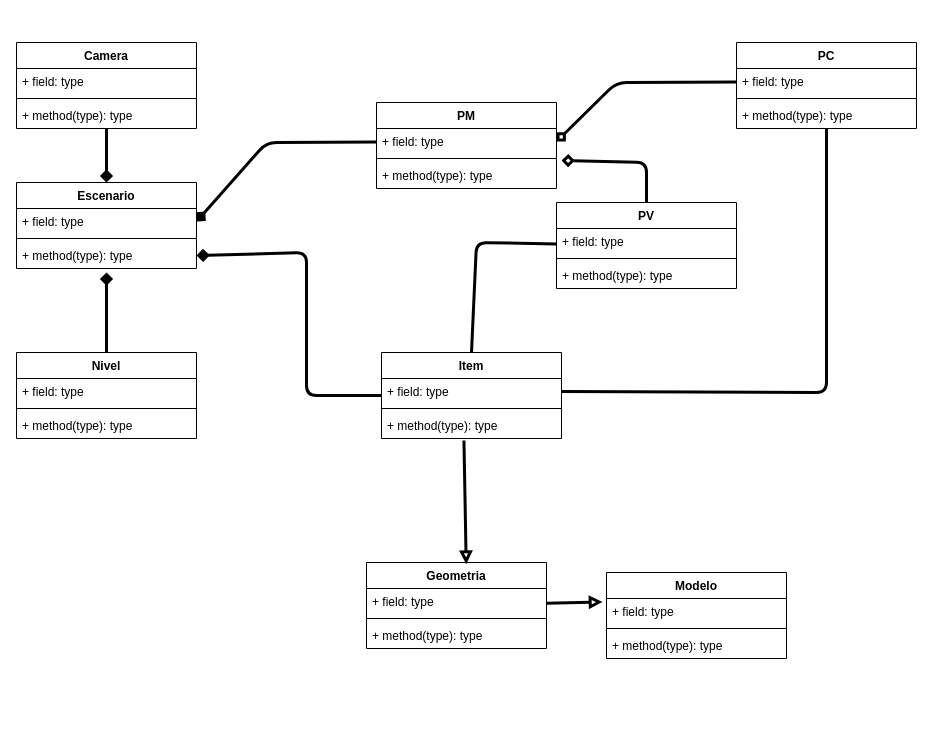
sebas64mil/proyecto_realidadvirtual keeps this draw.io diagram as diagrama_uml/work.drawio. Above is the earlier version. Source tidied: cells renumbered, new cells numbered last; positions are measured from the earlier drawing's top-left corner, leaving out a move shared by most shapes. Both pictures are drawn from the tidied source at 100%, with x=0, y=0 at pixel (16, 42).
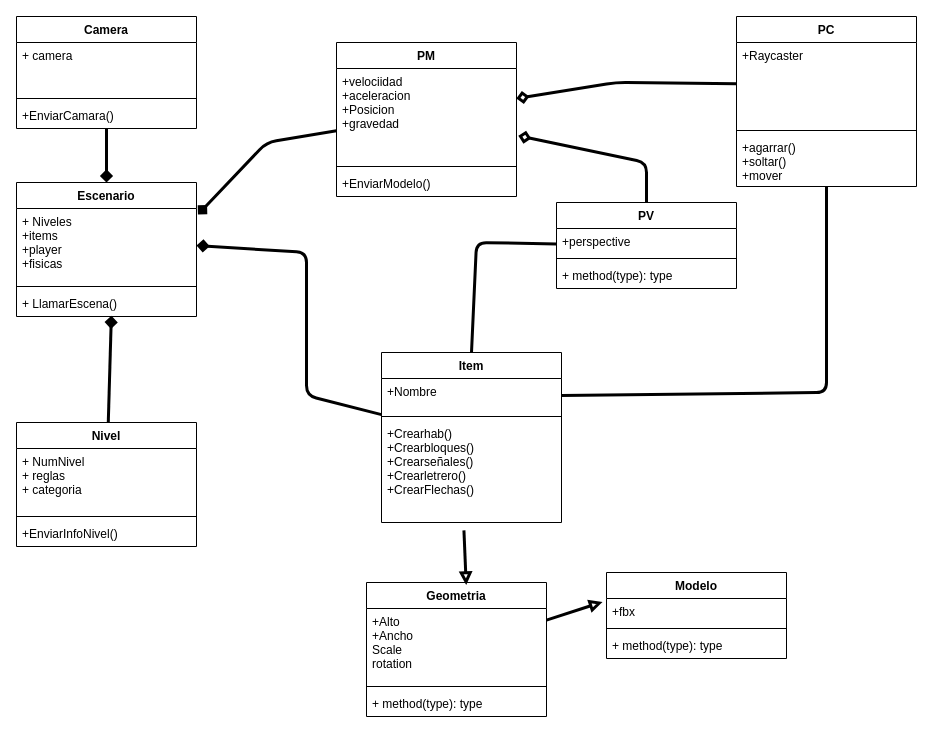
The same diagram, later.

Commit message:
Atributos y metodos

Unchanged cells that the change refers to:
```xml
<mxCell id="22" value="PV" style="swimlane;fontStyle=1;align=center;verticalAlign=top;horizontal=1;startSize=26;" parent="1" vertex="1">
  <mxGeometry x="540" y="160" width="180" height="86" as="geometry" />
</mxCell>
<mxCell id="41" value="Modelo" style="swimlane;fontStyle=1;align=center;verticalAlign=top;horizontal=1;startSize=26;" parent="1" vertex="1">
  <mxGeometry x="590" y="530" width="180" height="86" as="geometry" />
</mxCell>
```

Diff of the diagram source:
```diff
@@
     <mxCell id="2" value="Escenario" style="swimlane;fontStyle=1;align=center;verticalAlign=top;horizontal=1;startSize=26;" parent="1" vertex="1">
-      <mxGeometry y="140" width="180" height="86" as="geometry" />
+      <mxGeometry y="140" width="180" height="134" as="geometry" />
     </mxCell>
-    <mxCell id="3" value="+ field: type" style="text;strokeColor=none;fillColor=none;align=left;verticalAlign=top;spacingLeft=4;spacingRight=4;overflow=hidden;points=[[0,0.5],[1,0.5]];portConstraint=eastwest;" parent="2" vertex="1">
-      <mxGeometry y="26" width="180" height="26" as="geometry" />
+    <mxCell id="3" value="+ Niveles&#10;+items&#10;+player&#10;+fisicas&#10;" style="text;strokeColor=none;fillColor=none;align=left;verticalAlign=top;spacingLeft=4;spacingRight=4;overflow=hidden;points=[[0,0.5],[1,0.5]];portConstraint=eastwest;" parent="2" vertex="1">
+      <mxGeometry y="26" width="180" height="74" as="geometry" />
     </mxCell>
     <mxCell id="4" style="line;strokeWidth=1;fillColor=none;align=left;verticalAlign=middle;spacingTop=-1;spacingLeft=3;spacingRight=3;labelPosition=right;strokeColor=inherit;" parent="2" vertex="1">
-      <mxGeometry y="52" width="180" height="8" as="geometry" />
+      <mxGeometry y="100" width="180" height="8" as="geometry" />
     </mxCell>
-    <mxCell id="5" value="+ method(type): type" style="text;strokeColor=none;fillColor=none;align=left;verticalAlign=top;spacingLeft=4;spacingRight=4;overflow=hidden;points=[[0,0.5],[1,0.5]];portConstraint=eastwest;" parent="2" vertex="1">
-      <mxGeometry y="60" width="180" height="26" as="geometry" />
+    <mxCell id="5" value="+ LlamarEscena()" style="text;strokeColor=none;fillColor=none;align=left;verticalAlign=top;spacingLeft=4;spacingRight=4;overflow=hidden;points=[[0,0.5],[1,0.5]];portConstraint=eastwest;" parent="2" vertex="1">
+      <mxGeometry y="108" width="180" height="26" as="geometry" />
     </mxCell>
-    <mxCell id="6" style="edgeStyle=none;html=1;strokeWidth=3;endArrow=diamond;endFill=1;" parent="1" edge="1" source="7">
-      <mxGeometry relative="1" as="geometry">
-        <mxPoint x="90" y="230" as="targetPoint" />
-      </mxGeometry>
+    <mxCell id="6" style="edgeStyle=none;html=1;strokeWidth=3;endArrow=diamond;endFill=1;entryX=0.527;entryY=0.968;entryDx=0;entryDy=0;entryPerimeter=0;" parent="1" edge="1" source="7" target="5">
+      <mxGeometry relative="1" as="geometry" />
     </mxCell>
     <mxCell id="7" value="Nivel" style="swimlane;fontStyle=1;align=center;verticalAlign=top;horizontal=1;startSize=26;" parent="1" vertex="1">
-      <mxGeometry y="310" width="180" height="86" as="geometry" />
+      <mxGeometry y="380" width="180" height="124" as="geometry" />
     </mxCell>
-    <mxCell id="8" value="+ field: type" style="text;strokeColor=none;fillColor=none;align=left;verticalAlign=top;spacingLeft=4;spacingRight=4;overflow=hidden;" parent="7" vertex="1">
-      <mxGeometry y="26" width="180" height="26" as="geometry" />
+    <mxCell id="8" value="+ NumNivel&#10;+ reglas&#10;+ categoria" style="text;strokeColor=none;fillColor=none;align=left;verticalAlign=top;spacingLeft=4;spacingRight=4;overflow=hidden;" parent="7" vertex="1">
+      <mxGeometry y="26" width="180" height="64" as="geometry" />
     </mxCell>
     <mxCell id="9" style="line;strokeWidth=1;fillColor=none;align=left;verticalAlign=middle;spacingTop=-1;spacingLeft=3;spacingRight=3;labelPosition=right;strokeColor=inherit;" parent="7" vertex="1">
-      <mxGeometry y="52" width="180" height="8" as="geometry" />
+      <mxGeometry y="90" width="180" height="8" as="geometry" />
     </mxCell>
-    <mxCell id="10" value="+ method(type): type" style="text;strokeColor=none;fillColor=none;align=left;verticalAlign=top;spacingLeft=4;spacingRight=4;overflow=hidden;" parent="7" vertex="1">
-      <mxGeometry y="60" width="180" height="26" as="geometry" />
+    <mxCell id="10" value="+EnviarInfoNivel()" style="text;strokeColor=none;fillColor=none;align=left;verticalAlign=top;spacingLeft=4;spacingRight=4;overflow=hidden;" parent="7" vertex="1">
+      <mxGeometry y="98" width="180" height="26" as="geometry" />
     </mxCell>
@@
     <mxCell id="12" value="Camera" style="swimlane;fontStyle=1;align=center;verticalAlign=top;horizontal=1;startSize=26;" parent="1" vertex="1">
-      <mxGeometry width="180" height="86" as="geometry" />
+      <mxGeometry y="-26" width="180" height="112" as="geometry" />
     </mxCell>
-    <mxCell id="13" value="+ field: type" style="text;strokeColor=none;fillColor=none;align=left;verticalAlign=top;spacingLeft=4;spacingRight=4;overflow=hidden;" parent="12" vertex="1">
-      <mxGeometry y="26" width="180" height="26" as="geometry" />
+    <mxCell id="13" value="+ camera" style="text;strokeColor=none;fillColor=none;align=left;verticalAlign=top;spacingLeft=4;spacingRight=4;overflow=hidden;" parent="12" vertex="1">
+      <mxGeometry y="26" width="180" height="52" as="geometry" />
     </mxCell>
     <mxCell id="14" style="line;strokeWidth=1;fillColor=none;align=left;verticalAlign=middle;spacingTop=-1;spacingLeft=3;spacingRight=3;labelPosition=right;strokeColor=inherit;" parent="12" vertex="1">
-      <mxGeometry y="52" width="180" height="8" as="geometry" />
+      <mxGeometry y="78" width="180" height="8" as="geometry" />
     </mxCell>
-    <mxCell id="15" value="+ method(type): type" style="text;strokeColor=none;fillColor=none;align=left;verticalAlign=top;spacingLeft=4;spacingRight=4;overflow=hidden;" parent="12" vertex="1">
-      <mxGeometry y="60" width="180" height="26" as="geometry" />
+    <mxCell id="15" value="+EnviarCamara()" style="text;strokeColor=none;fillColor=none;align=left;verticalAlign=top;spacingLeft=4;spacingRight=4;overflow=hidden;" parent="12" vertex="1">
+      <mxGeometry y="86" width="180" height="26" as="geometry" />
     </mxCell>
     <mxCell id="16" value="PM" style="swimlane;fontStyle=1;align=center;verticalAlign=top;horizontal=1;startSize=26;" parent="1" vertex="1">
-      <mxGeometry x="360" y="60" width="180" height="86" as="geometry" />
+      <mxGeometry x="320" width="180" height="154" as="geometry" />
     </mxCell>
-    <mxCell id="17" value="+ field: type" style="text;strokeColor=none;fillColor=none;align=left;verticalAlign=top;spacingLeft=4;spacingRight=4;overflow=hidden;points=[[0,0.5],[1,0.5]];portConstraint=eastwest;" parent="16" vertex="1">
-      <mxGeometry y="26" width="180" height="26" as="geometry" />
+    <mxCell id="17" value="+velociidad&#10;+aceleracion&#10;+Posicion&#10;+gravedad" style="text;strokeColor=none;fillColor=none;align=left;verticalAlign=top;spacingLeft=4;spacingRight=4;overflow=hidden;points=[[0,0.5],[1,0.5]];portConstraint=eastwest;" parent="16" vertex="1">
+      <mxGeometry y="26" width="180" height="94" as="geometry" />
     </mxCell>
     <mxCell id="18" style="line;strokeWidth=1;fillColor=none;align=left;verticalAlign=middle;spacingTop=-1;spacingLeft=3;spacingRight=3;labelPosition=right;strokeColor=inherit;" parent="16" vertex="1">
-      <mxGeometry y="52" width="180" height="8" as="geometry" />
+      <mxGeometry y="120" width="180" height="8" as="geometry" />
     </mxCell>
-    <mxCell id="19" value="+ method(type): type" style="text;strokeColor=none;fillColor=none;align=left;verticalAlign=top;spacingLeft=4;spacingRight=4;overflow=hidden;" parent="16" vertex="1">
-      <mxGeometry y="60" width="180" height="26" as="geometry" />
+    <mxCell id="19" value="+EnviarModelo()" style="text;strokeColor=none;fillColor=none;align=left;verticalAlign=top;spacingLeft=4;spacingRight=4;overflow=hidden;" parent="16" vertex="1">
+      <mxGeometry y="128" width="180" height="26" as="geometry" />
     </mxCell>
-    <mxCell id="20" style="edgeStyle=none;html=1;entryX=1.028;entryY=1.231;entryDx=0;entryDy=0;entryPerimeter=0;strokeWidth=3;endArrow=diamond;endFill=0;" parent="1" edge="1" source="22" target="17">
+    <mxCell id="20" style="edgeStyle=none;html=1;entryX=1.01;entryY=0.716;entryDx=0;entryDy=0;entryPerimeter=0;strokeWidth=3;endArrow=diamond;endFill=0;" parent="1" edge="1" source="22" target="17">
       <mxGeometry relative="1" as="geometry">
         <Array as="points">
           <mxPoint x="630" y="120" />
         </Array>
       </mxGeometry>
     </mxCell>
@@
-    <mxCell id="23" value="+ field: type" style="text;strokeColor=none;fillColor=none;align=left;verticalAlign=top;spacingLeft=4;spacingRight=4;overflow=hidden;" parent="22" vertex="1">
+    <mxCell id="23" value="+perspective" style="text;strokeColor=none;fillColor=none;align=left;verticalAlign=top;spacingLeft=4;spacingRight=4;overflow=hidden;" parent="22" vertex="1">
       <mxGeometry y="26" width="180" height="26" as="geometry" />
     </mxCell>
@@
     <mxCell id="27" value="PC" style="swimlane;fontStyle=1;align=center;verticalAlign=top;horizontal=1;startSize=26;" parent="1" vertex="1">
-      <mxGeometry x="720" width="180" height="86" as="geometry" />
+      <mxGeometry x="720" y="-26" width="180" height="170" as="geometry" />
     </mxCell>
-    <mxCell id="28" value="+ field: type" style="text;strokeColor=none;fillColor=none;align=left;verticalAlign=top;spacingLeft=4;spacingRight=4;overflow=hidden;points=[[0,0.5],[1,0.5]];portConstraint=eastwest;" parent="27" vertex="1">
-      <mxGeometry y="26" width="180" height="26" as="geometry" />
+    <mxCell id="28" value="+Raycaster&#10;" style="text;strokeColor=none;fillColor=none;align=left;verticalAlign=top;spacingLeft=4;spacingRight=4;overflow=hidden;points=[[0,0.5],[1,0.5]];portConstraint=eastwest;" parent="27" vertex="1">
+      <mxGeometry y="26" width="180" height="84" as="geometry" />
     </mxCell>
     <mxCell id="29" style="line;strokeWidth=1;fillColor=none;align=left;verticalAlign=middle;spacingTop=-1;spacingLeft=3;spacingRight=3;labelPosition=right;strokeColor=inherit;" parent="27" vertex="1">
-      <mxGeometry y="52" width="180" height="8" as="geometry" />
+      <mxGeometry y="110" width="180" height="8" as="geometry" />
     </mxCell>
-    <mxCell id="30" value="+ method(type): type" style="text;strokeColor=none;fillColor=none;align=left;verticalAlign=top;spacingLeft=4;spacingRight=4;overflow=hidden;" parent="27" vertex="1">
-      <mxGeometry y="60" width="180" height="26" as="geometry" />
+    <mxCell id="30" value="+agarrar()&#10;+soltar()&#10;+mover" style="text;strokeColor=none;fillColor=none;align=left;verticalAlign=top;spacingLeft=4;spacingRight=4;overflow=hidden;" parent="27" vertex="1">
+      <mxGeometry y="118" width="180" height="52" as="geometry" />
     </mxCell>
-    <mxCell id="31" style="edgeStyle=none;html=1;entryX=1;entryY=0.5;entryDx=0;entryDy=0;strokeWidth=3;endArrow=diamond;endFill=1;" parent="1" edge="1" source="32" target="5">
+    <mxCell id="31" style="edgeStyle=none;html=1;entryX=1;entryY=0.5;entryDx=0;entryDy=0;strokeWidth=3;endArrow=diamond;endFill=1;" parent="1" edge="1" source="32" target="3">
       <mxGeometry relative="1" as="geometry">
         <Array as="points">
           <mxPoint x="290" y="353" />
           <mxPoint x="290" y="210" />
         </Array>
       </mxGeometry>
     </mxCell>
     <mxCell id="32" value="Item" style="swimlane;fontStyle=1;align=center;verticalAlign=top;horizontal=1;startSize=26;" parent="1" vertex="1">
-      <mxGeometry x="365" y="310" width="180" height="86" as="geometry" />
+      <mxGeometry x="365" y="310" width="180" height="170" as="geometry" />
     </mxCell>
-    <mxCell id="33" value="+ field: type" style="text;strokeColor=none;fillColor=none;align=left;verticalAlign=top;spacingLeft=4;spacingRight=4;overflow=hidden;points=[[0,0.5],[1,0.5]];portConstraint=eastwest;" parent="32" vertex="1">
-      <mxGeometry y="26" width="180" height="26" as="geometry" />
+    <mxCell id="33" value="+Nombre" style="text;strokeColor=none;fillColor=none;align=left;verticalAlign=top;spacingLeft=4;spacingRight=4;overflow=hidden;points=[[0,0.5],[1,0.5]];portConstraint=eastwest;" parent="32" vertex="1">
+      <mxGeometry y="26" width="180" height="34" as="geometry" />
     </mxCell>
     <mxCell id="34" style="line;strokeWidth=1;fillColor=none;align=left;verticalAlign=middle;spacingTop=-1;spacingLeft=3;spacingRight=3;labelPosition=right;strokeColor=inherit;" parent="32" vertex="1">
-      <mxGeometry y="52" width="180" height="8" as="geometry" />
+      <mxGeometry y="60" width="180" height="8" as="geometry" />
     </mxCell>
-    <mxCell id="35" value="+ method(type): type" style="text;strokeColor=none;fillColor=none;align=left;verticalAlign=top;spacingLeft=4;spacingRight=4;overflow=hidden;points=[[0,0.5],[1,0.5]];portConstraint=eastwest;" parent="32" vertex="1">
-      <mxGeometry y="60" width="180" height="26" as="geometry" />
+    <mxCell id="35" value="+Crearhab()&#10;+Crearbloques()&#10;+Crearseñales()&#10;+Crearletrero()&#10;+CrearFlechas()" style="text;strokeColor=none;fillColor=none;align=left;verticalAlign=top;spacingLeft=4;spacingRight=4;overflow=hidden;points=[[0,0.5],[1,0.5]];portConstraint=eastwest;" parent="32" vertex="1">
+      <mxGeometry y="68" width="180" height="102" as="geometry" />
     </mxCell>
@@
     <mxCell id="37" value="Geometria" style="swimlane;fontStyle=1;align=center;verticalAlign=top;horizontal=1;startSize=26;" parent="1" vertex="1">
-      <mxGeometry x="350" y="520" width="180" height="86" as="geometry" />
+      <mxGeometry x="350" y="540" width="180" height="134" as="geometry" />
     </mxCell>
-    <mxCell id="38" value="+ field: type" style="text;strokeColor=none;fillColor=none;align=left;verticalAlign=top;spacingLeft=4;spacingRight=4;overflow=hidden;" parent="37" vertex="1">
-      <mxGeometry y="26" width="180" height="26" as="geometry" />
+    <mxCell id="38" value="+Alto &#10;+Ancho&#10;Scale&#10;rotation" style="text;strokeColor=none;fillColor=none;align=left;verticalAlign=top;spacingLeft=4;spacingRight=4;overflow=hidden;" parent="37" vertex="1">
+      <mxGeometry y="26" width="180" height="74" as="geometry" />
     </mxCell>
     <mxCell id="39" style="line;strokeWidth=1;fillColor=none;align=left;verticalAlign=middle;spacingTop=-1;spacingLeft=3;spacingRight=3;labelPosition=right;strokeColor=inherit;" parent="37" vertex="1">
-      <mxGeometry y="52" width="180" height="8" as="geometry" />
+      <mxGeometry y="100" width="180" height="8" as="geometry" />
     </mxCell>
     <mxCell id="40" value="+ method(type): type" style="text;strokeColor=none;fillColor=none;align=left;verticalAlign=top;spacingLeft=4;spacingRight=4;overflow=hidden;" parent="37" vertex="1">
-      <mxGeometry y="60" width="180" height="26" as="geometry" />
+      <mxGeometry y="108" width="180" height="26" as="geometry" />
     </mxCell>
@@
-    <mxCell id="42" value="+ field: type" style="text;strokeColor=none;fillColor=none;align=left;verticalAlign=top;spacingLeft=4;spacingRight=4;overflow=hidden;points=[[0,0.5],[1,0.5]];portConstraint=eastwest;" parent="41" vertex="1">
+    <mxCell id="42" value="+fbx" style="text;strokeColor=none;fillColor=none;align=left;verticalAlign=top;spacingLeft=4;spacingRight=4;overflow=hidden;points=[[0,0.5],[1,0.5]];portConstraint=eastwest;" parent="41" vertex="1">
       <mxGeometry y="26" width="180" height="26" as="geometry" />
     </mxCell>
@@
-    <mxCell id="45" style="edgeStyle=none;html=1;entryX=1;entryY=0.5;entryDx=0;entryDy=0;strokeWidth=3;endArrow=diamond;endFill=1;" parent="1" edge="1" source="17" target="3">
+    <mxCell id="45" style="edgeStyle=none;html=1;entryX=1.008;entryY=0.082;entryDx=0;entryDy=0;strokeWidth=3;endArrow=diamond;endFill=1;entryPerimeter=0;" parent="1" edge="1" source="17" target="3">
       <mxGeometry relative="1" as="geometry">
         <Array as="points">
           <mxPoint x="250" y="100" />
         </Array>
       </mxGeometry>
     </mxCell>
@@
-    <mxCell id="47" style="edgeStyle=none;html=1;entryX=1;entryY=0.5;entryDx=0;entryDy=0;strokeWidth=3;endArrow=diamond;endFill=0;" parent="1" edge="1" source="28" target="17">
+    <mxCell id="47" style="edgeStyle=none;html=1;entryX=0.999;entryY=0.319;entryDx=0;entryDy=0;strokeWidth=3;endArrow=diamond;endFill=0;entryPerimeter=0;" parent="1" edge="1" source="28" target="17">
       <mxGeometry relative="1" as="geometry">
         <Array as="points">
           <mxPoint x="600" y="40" />
         </Array>
       </mxGeometry>
     </mxCell>
```
